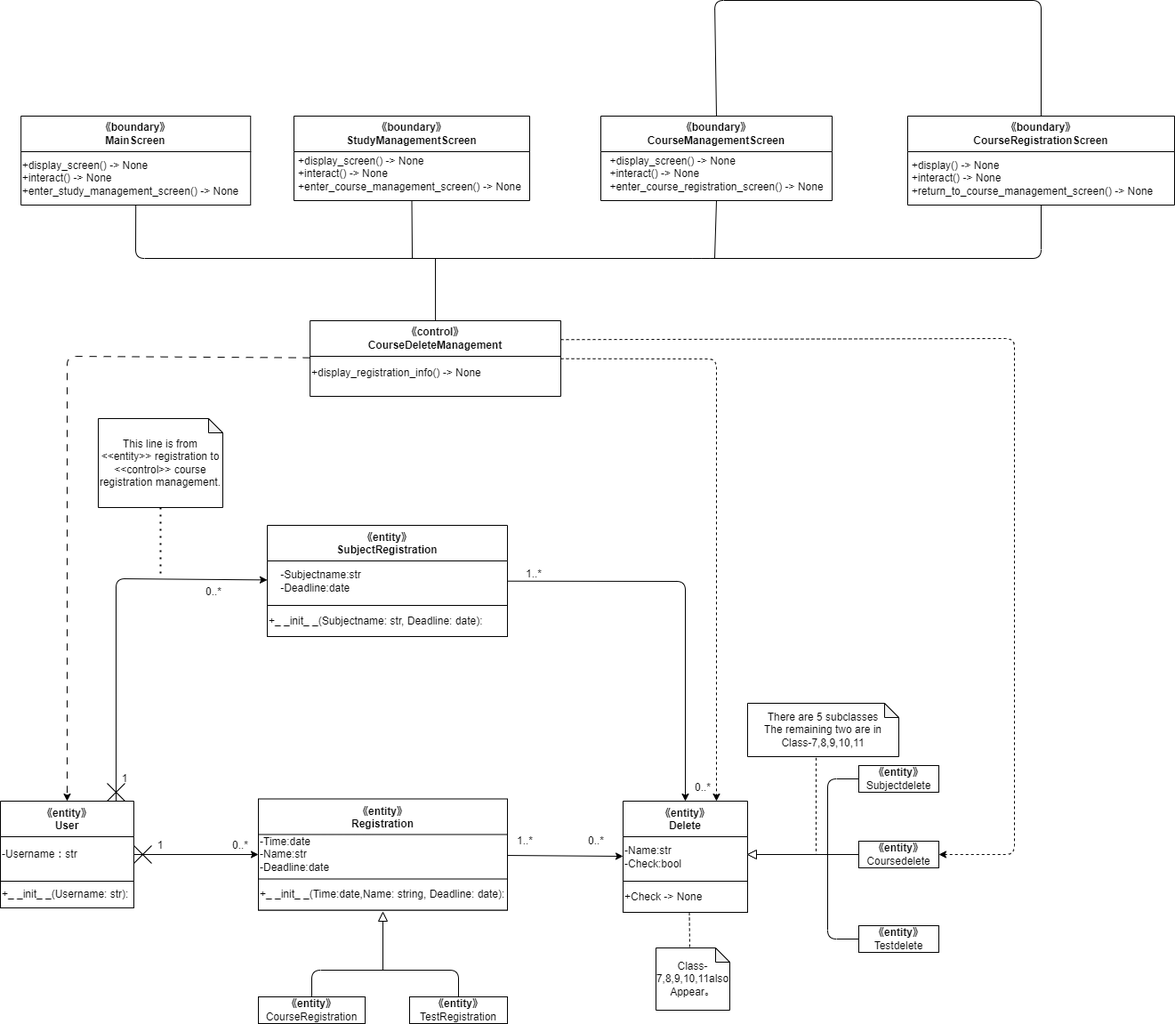
The draw.io diagram Design/設計Class2.drawio.png in Hu-Hanxu/First-App-Self-Management-, before a commit. Source tidied: cells renumbered, new cells last; positions are measured from the earlier drawing's top-left corner, leaving out a move shared by most shapes.
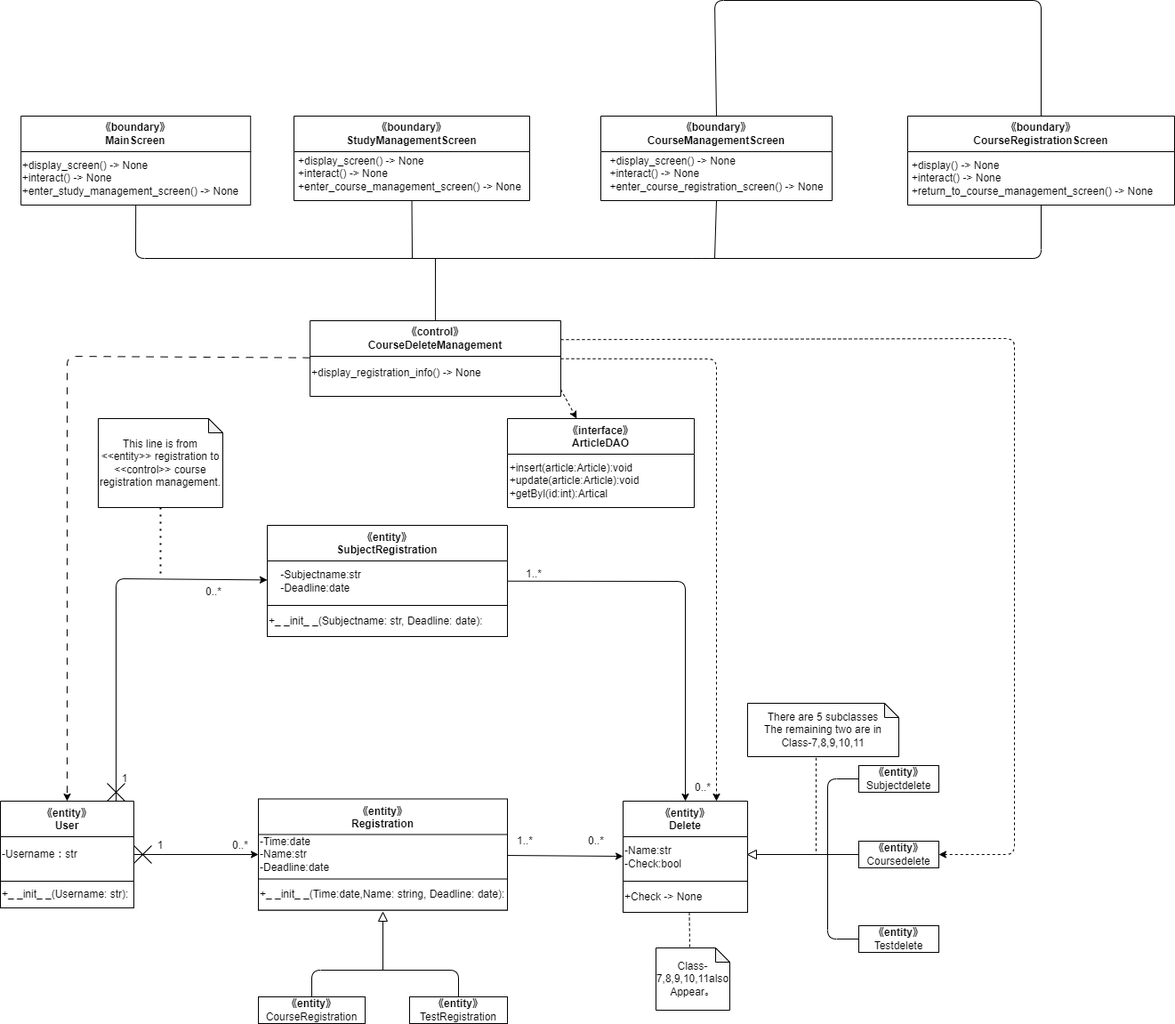
The same diagram one commit later.

Diff of the diagram source:
```diff
@@ -266,5 +266,16 @@
         </Array>
       </mxGeometry>
     </mxCell>
+    <mxCell id="67" style="edgeStyle=none;html=1;dashed=1;" parent="1" edge="1" target="68">
+      <mxGeometry relative="1" as="geometry">
+        <mxPoint x="630" y="437.2" as="sourcePoint" />
+      </mxGeometry>
+    </mxCell>
+    <mxCell id="68" value="《interface》&#10;ArticleDAO" style="swimlane;startSize=40;" parent="1" vertex="1">
+      <mxGeometry x="570" y="470" width="210" height="100" as="geometry" />
+    </mxCell>
+    <mxCell id="69" value="&lt;div style=&quot;text-align: left;&quot;&gt;&lt;span style=&quot;background-color: initial;&quot;&gt;+insert(article:Article):void&lt;/span&gt;&lt;/div&gt;&lt;div style=&quot;text-align: left;&quot;&gt;&lt;span style=&quot;background-color: initial;&quot;&gt;+update(article:Article):void&lt;/span&gt;&lt;/div&gt;&lt;div style=&quot;text-align: left;&quot;&gt;&lt;span style=&quot;background-color: initial;&quot;&gt;+getByl(id:int):Artical&lt;/span&gt;&lt;/div&gt;" style="text;html=1;align=center;verticalAlign=middle;strokeColor=none;fillColor=none;" parent="68" vertex="1">
+      <mxGeometry x="-10" y="40" width="170" height="60" as="geometry" />
+    </mxCell>
   </root>
 </mxGraphModel>
```
